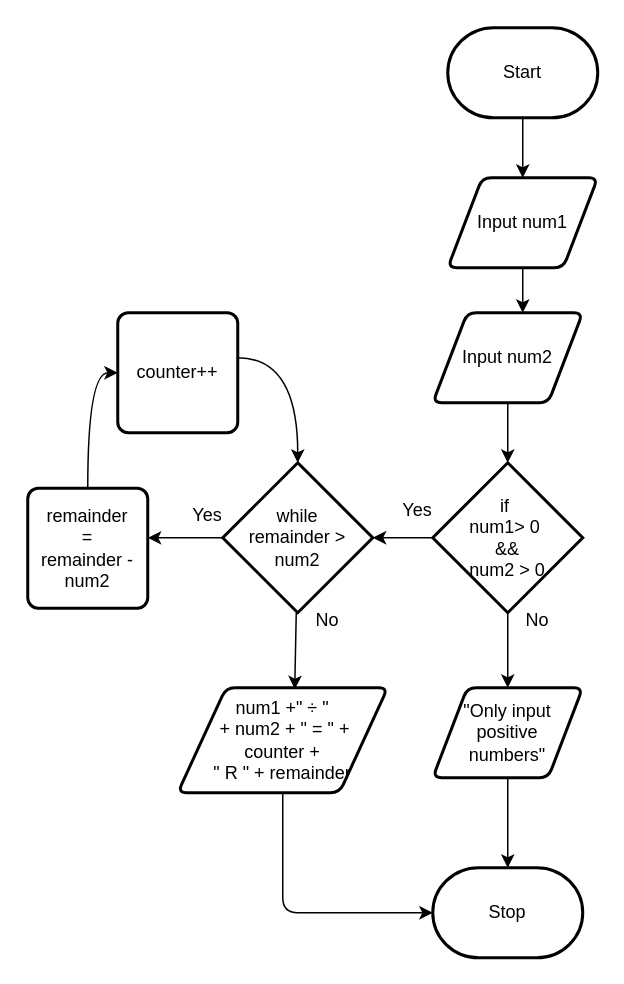
The draw.io diagram design/flow-chart.drawio in Liya-Getachew/ICS2O-Unit5-08-JS, before the edit. Source tidied: cells renumbered, new cells numbered last; positions are measured from the earlier drawing's top-left corner, leaving out a move shared by most shapes. Both pictures are drawn from the tidied source at 150%, with x=0, y=0 at pixel (27, 27).
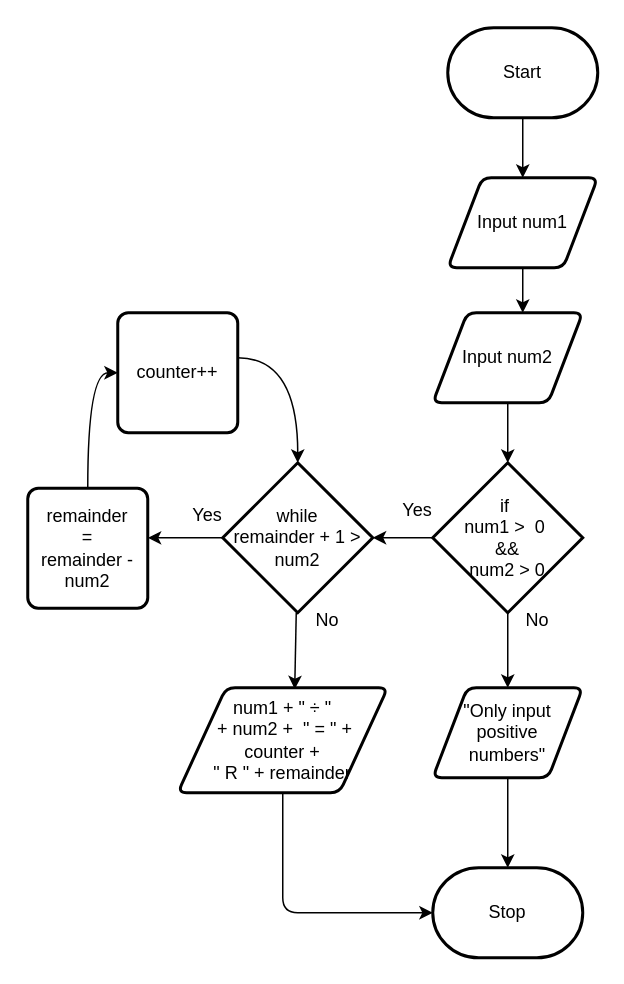
The same diagram, later.

The edit, as a diff of the source:
```diff
@@
-    <mxCell id="13" value="if&amp;nbsp;&lt;br&gt;num1&amp;gt; 0&amp;nbsp;&lt;br&gt;&amp;amp;&amp;amp;&lt;br&gt;num2 &amp;gt; 0" style="strokeWidth=2;html=1;shape=mxgraph.flowchart.decision;whiteSpace=wrap;" parent="1" vertex="1">
+    <mxCell id="13" value="if&amp;nbsp;&lt;br&gt;num1 &amp;gt;&amp;nbsp; 0&amp;nbsp;&lt;br&gt;&amp;amp;&amp;amp;&lt;br&gt;num2 &amp;gt; 0" style="strokeWidth=2;html=1;shape=mxgraph.flowchart.decision;whiteSpace=wrap;" parent="1" vertex="1">
       <mxGeometry x="270" y="290" width="100" height="100" as="geometry" />
     </mxCell>
@@
-    <mxCell id="16" value="while&lt;br&gt;remainder &amp;gt;&lt;br&gt;num2" style="strokeWidth=2;html=1;shape=mxgraph.flowchart.decision;whiteSpace=wrap;" parent="1" vertex="1">
+    <mxCell id="16" value="while&lt;br&gt;remainder + 1&amp;nbsp;&amp;gt;&lt;br&gt;num2" style="strokeWidth=2;html=1;shape=mxgraph.flowchart.decision;whiteSpace=wrap;" parent="1" vertex="1">
       <mxGeometry x="130" y="290" width="100" height="100" as="geometry" />
     </mxCell>
@@
-    <mxCell id="18" value="num1 +&quot; ÷ &quot;&lt;br&gt;&amp;nbsp;+ num2 + &quot; = &quot; + &lt;br&gt;counter + &lt;br&gt;&quot; R &quot; + remainder" style="shape=parallelogram;html=1;strokeWidth=2;perimeter=parallelogramPerimeter;whiteSpace=wrap;rounded=1;arcSize=12;size=0.23;" parent="1" vertex="1">
+    <mxCell id="18" value="num1 + &quot; ÷ &quot;&lt;br&gt;&amp;nbsp;+ num2 +&amp;nbsp; &quot; = &quot; + &lt;br&gt;counter + &lt;br&gt;&quot; R &quot; + remainder" style="shape=parallelogram;html=1;strokeWidth=2;perimeter=parallelogramPerimeter;whiteSpace=wrap;rounded=1;arcSize=12;size=0.23;" parent="1" vertex="1">
       <mxGeometry x="100" y="440" width="140" height="70" as="geometry" />
     </mxCell>
```
